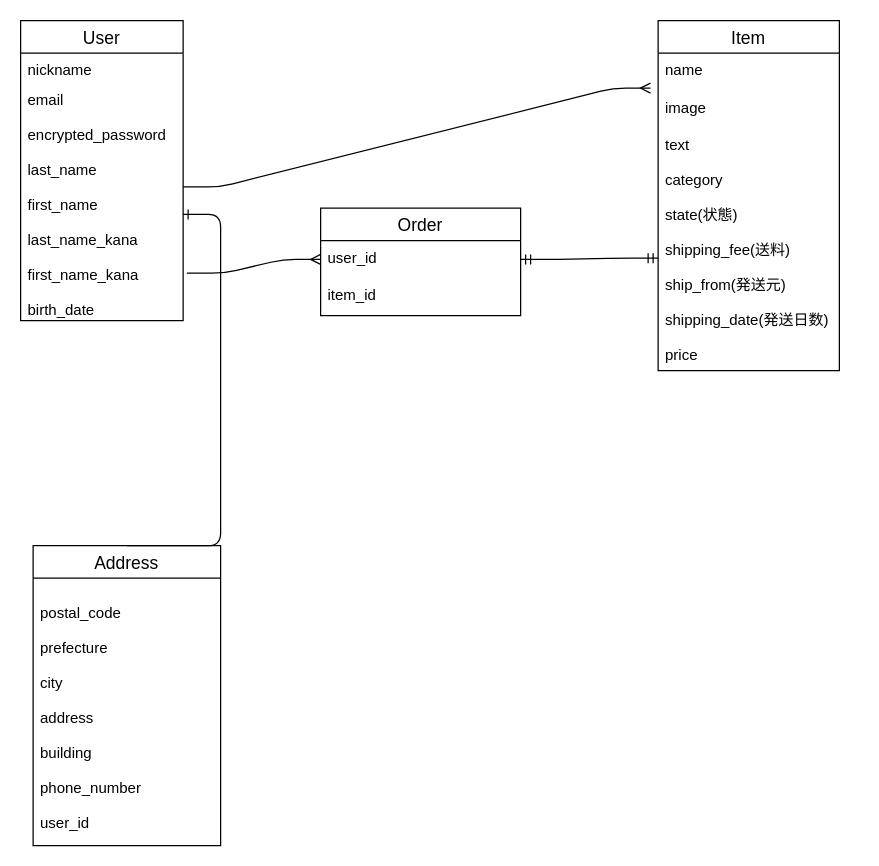
The draw.io diagram er.dio in masataku/furima-32994, before the edit. Source tidied: cells renumbered, new cells numbered last; positions are measured from the earlier drawing's top-left corner, leaving out a move shared by most shapes. Both pictures are drawn from the tidied source at 125%, with x=0, y=0 at pixel (20, 20).
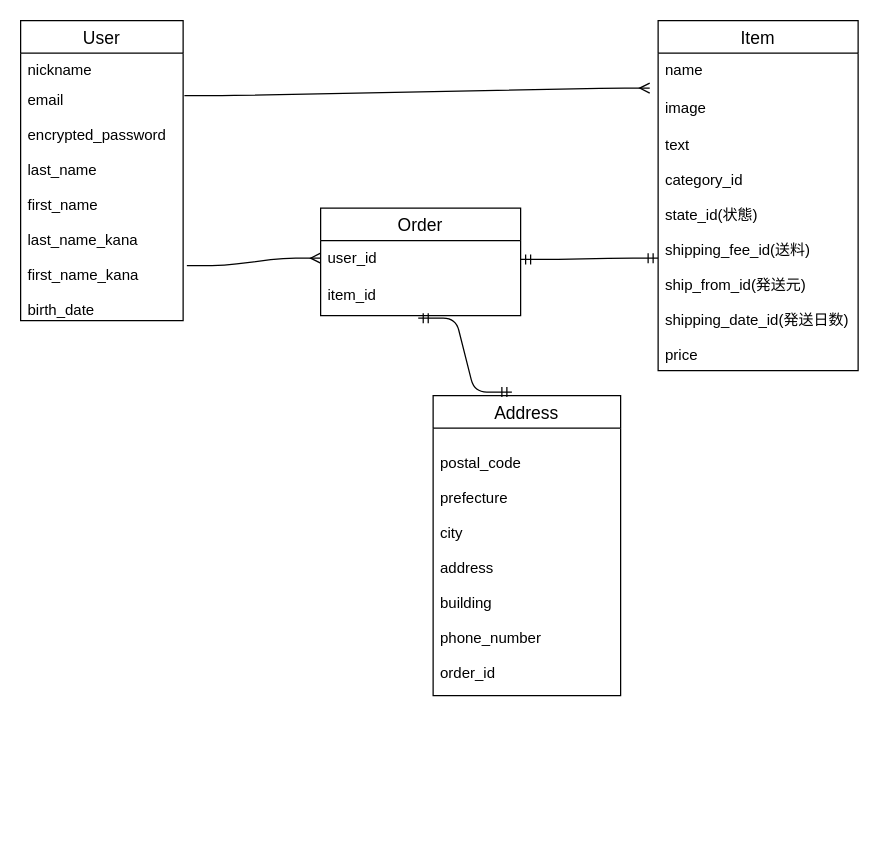
After the change.

Commit message (it also covers changes not shown here):
ER図とREADMEの修正２

Diff of the diagram source:
```diff
@@
 <mxGraphModel>
   <root>
     <mxCell id="0" />
     <mxCell id="1" parent="0" />
     <mxCell id="2" value="Item" style="swimlane;fontStyle=0;horizontal=1;startSize=26;align=center;fontSize=14;" parent="1" vertex="1">
-      <mxGeometry x="510" width="145" height="280" as="geometry" />
+      <mxGeometry x="510" width="160" height="280" as="geometry" />
     </mxCell>
     <mxCell id="3" value="name&#10;&#10;" style="text;strokeColor=none;fillColor=none;spacingLeft=4;spacingRight=4;overflow=hidden;fontSize=12;" parent="2" vertex="1">
-      <mxGeometry y="26" width="145" height="30" as="geometry" />
+      <mxGeometry y="26" width="160" height="30" as="geometry" />
     </mxCell>
     <mxCell id="4" value="image&#10;" style="text;strokeColor=none;fillColor=none;spacingLeft=4;spacingRight=4;overflow=hidden;points=[[0,0.5],[1,0.5]];portConstraint=eastwest;fontSize=12;" parent="2" vertex="1">
-      <mxGeometry y="56" width="145" height="30" as="geometry" />
+      <mxGeometry y="56" width="160" height="30" as="geometry" />
     </mxCell>
-    <mxCell id="5" value="text&#10;&#10;category&#10;&#10;state(状態)&#10;&#10;shipping_fee(送料)&#10;&#10;ship_from(発送元)&#10;&#10;shipping_date(発送日数)&#10;&#10;price" style="text;strokeColor=none;fillColor=none;spacingLeft=4;spacingRight=4;overflow=hidden;fontSize=12;" parent="2" vertex="1">
-      <mxGeometry y="86" width="145" height="194" as="geometry" />
+    <mxCell id="5" value="text&#10;&#10;category_id&#10;&#10;state_id(状態)&#10;&#10;shipping_fee_id(送料)&#10;&#10;ship_from_id(発送元)&#10;&#10;shipping_date_id(発送日数)&#10;&#10;price" style="text;strokeColor=none;fillColor=none;spacingLeft=4;spacingRight=4;overflow=hidden;fontSize=12;" parent="2" vertex="1">
+      <mxGeometry y="86" width="160" height="194" as="geometry" />
     </mxCell>
     <mxCell id="6" value="Address" style="swimlane;fontStyle=0;horizontal=1;startSize=26;align=center;fontSize=14;" parent="1" vertex="1">
-      <mxGeometry x="10" y="420" width="150" height="240" as="geometry" />
+      <mxGeometry x="330" y="300" width="150" height="240" as="geometry" />
     </mxCell>
-    <mxCell id="7" value="&#10;postal_code&#10;&#10;prefecture&#10;&#10;city&#10;&#10;address&#10;&#10;building&#10;&#10;phone_number&#10;&#10;user_id" style="text;strokeColor=none;fillColor=none;spacingLeft=4;spacingRight=4;overflow=hidden;fontSize=12;" parent="6" vertex="1">
+    <mxCell id="7" value="&#10;postal_code&#10;&#10;prefecture&#10;&#10;city&#10;&#10;address&#10;&#10;building&#10;&#10;phone_number&#10;&#10;order_id" style="text;strokeColor=none;fillColor=none;spacingLeft=4;spacingRight=4;overflow=hidden;fontSize=12;" parent="6" vertex="1">
       <mxGeometry y="26" width="150" height="214" as="geometry" />
     </mxCell>
-    <mxCell id="8" style="edgeStyle=entityRelationEdgeStyle;fontSize=12;html=1;endArrow=ERmany;exitX=1;exitY=0.5;exitDx=0;exitDy=0;entryX=-0.042;entryY=-0.067;entryDx=0;entryDy=0;entryPerimeter=0;" parent="1" edge="1" source="10" target="4">
+    <mxCell id="8" style="edgeStyle=entityRelationEdgeStyle;fontSize=12;html=1;endArrow=ERmany;exitX=1.008;exitY=0.048;exitDx=0;exitDy=0;entryX=-0.042;entryY=-0.067;entryDx=0;entryDy=0;entryPerimeter=0;exitPerimeter=0;" parent="1" edge="1" source="11" target="4">
       <mxGeometry relative="1" as="geometry" />
     </mxCell>
     <mxCell id="9" value="User" style="swimlane;fontStyle=0;horizontal=1;startSize=26;align=center;fontSize=14;" parent="1" vertex="1">
       <mxGeometry width="130" height="240" as="geometry" />
     </mxCell>
     <mxCell id="10" value="nickname" style="text;strokeColor=none;fillColor=none;spacingLeft=4;spacingRight=4;overflow=hidden;points=[[0,0.5],[1,0.5]];portConstraint=eastwest;fontSize=12;" parent="9" vertex="1">
       <mxGeometry y="26" width="130" height="214" as="geometry" />
     </mxCell>
     <mxCell id="11" value="email&#10;&#10;encrypted_password&#10;&#10;last_name&#10;&#10;first_name&#10;&#10;last_name_kana&#10;&#10;first_name_kana&#10;&#10;birth_date" style="text;strokeColor=none;fillColor=none;spacingLeft=4;spacingRight=4;overflow=hidden;points=[[0,0.5],[1,0.5]];portConstraint=eastwest;fontSize=12;" parent="1" vertex="1">
       <mxGeometry y="50" width="130" height="210" as="geometry" />
     </mxCell>
-    <mxCell id="12" style="edgeStyle=entityRelationEdgeStyle;fontSize=12;html=1;endArrow=ERone;endFill=1;exitX=0.5;exitY=0;exitDx=0;exitDy=0;" parent="1" edge="1" source="6" target="11">
-      <mxGeometry relative="1" as="geometry" />
-    </mxCell>
     <mxCell id="13" value="Order" style="swimlane;fontStyle=0;horizontal=1;startSize=26;align=center;fontSize=14;" parent="1" vertex="1">
       <mxGeometry x="240" y="150" width="160" height="86" as="geometry" />
     </mxCell>
     <mxCell id="14" value="user_id" style="text;strokeColor=none;fillColor=none;spacingLeft=4;spacingRight=4;overflow=hidden;points=[[0,0.5],[1,0.5]];portConstraint=eastwest;fontSize=12;" parent="13" vertex="1">
       <mxGeometry y="26" width="160" height="30" as="geometry" />
     </mxCell>
     <mxCell id="15" value="item_id" style="text;strokeColor=none;fillColor=none;spacingLeft=4;spacingRight=4;overflow=hidden;points=[[0,0.5],[1,0.5]];portConstraint=eastwest;fontSize=12;" parent="13" vertex="1">
       <mxGeometry y="56" width="160" height="30" as="geometry" />
     </mxCell>
-    <mxCell id="16" style="edgeStyle=entityRelationEdgeStyle;fontSize=12;html=1;endArrow=ERmany;entryX=0;entryY=0.5;entryDx=0;entryDy=0;exitX=1.023;exitY=0.724;exitDx=0;exitDy=0;exitPerimeter=0;" parent="1" edge="1" source="11" target="14">
-      <mxGeometry relative="1" as="geometry" />
-    </mxCell>
     <mxCell id="17" style="edgeStyle=entityRelationEdgeStyle;fontSize=12;html=1;endArrow=ERmandOne;startArrow=ERmandOne;exitX=1;exitY=0.5;exitDx=0;exitDy=0;" parent="1" edge="1" source="14">
       <mxGeometry relative="1" as="geometry">
         <mxPoint x="510" y="190" as="targetPoint" />
       </mxGeometry>
     </mxCell>
+    <mxCell id="18" style="edgeStyle=entityRelationEdgeStyle;fontSize=12;html=1;endArrow=ERmany;exitX=1.023;exitY=0.695;exitDx=0;exitDy=0;exitPerimeter=0;" parent="1" edge="1" source="11">
+      <mxGeometry relative="1" as="geometry">
+        <mxPoint x="240" y="190" as="targetPoint" />
+      </mxGeometry>
+    </mxCell>
+    <mxCell id="19" style="edgeStyle=entityRelationEdgeStyle;fontSize=12;html=1;endArrow=ERmandOne;startArrow=ERmandOne;entryX=0.488;entryY=1.067;entryDx=0;entryDy=0;entryPerimeter=0;exitX=0.42;exitY=-0.012;exitDx=0;exitDy=0;exitPerimeter=0;" parent="1" edge="1" source="6" target="15">
+      <mxGeometry relative="1" as="geometry" />
+    </mxCell>
   </root>
 </mxGraphModel>
```
